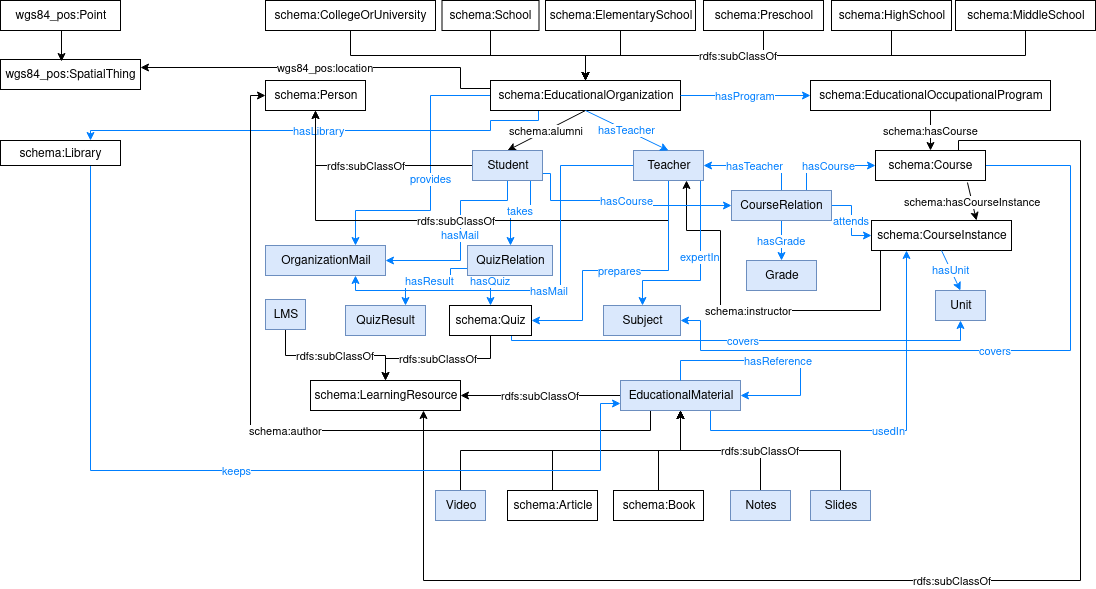
The draw.io diagram ontology/diagram/class_diagram.png in javiegal/education-ontology, before a commit. Source tidied: cells renumbered, new cells last; positions are measured from the earlier drawing's top-left corner, leaving out a move shared by most shapes.
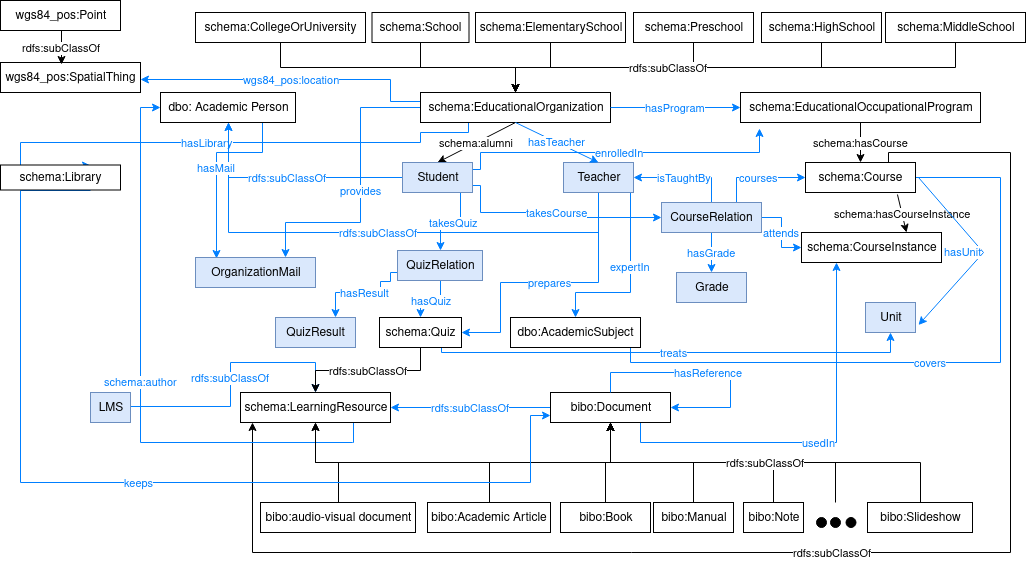
Above is the later version.

Change to the diagram source:
```diff
@@ -13,6 +13,7 @@
     </mxCell>
-    <mxCell id="3" value="wgs84_pos:location" style="edgeStyle=orthogonalEdgeStyle;rounded=0;jettySize=auto;html=1;exitX=0;exitY=0.25;exitDx=0;exitDy=0;entryX=1;entryY=0.25;entryDx=0;entryDy=0;strokeColor=#000000;fontColor=#000000;" parent="1" edge="1" source="5" target="75">
+    <mxCell id="3" value="wgs84_pos:location" style="edgeStyle=orthogonalEdgeStyle;rounded=0;jettySize=auto;html=1;exitX=0;exitY=0.25;exitDx=0;exitDy=0;strokeColor=#007FFF;fontColor=#007FFF;" parent="1" edge="1" source="5" target="75">
       <mxGeometry relative="1" as="geometry">
         <Array as="points">
-          <mxPoint x="460" y="88" />
+          <mxPoint x="490" y="89" />
+          <mxPoint x="460" y="89" />
           <mxPoint x="460" y="67" />
@@ -50,3 +51,3 @@
     </mxCell>
-    <mxCell id="9" value="rdfs:subClassOf" style="edgeStyle=orthogonalEdgeStyle;rounded=0;jettySize=auto;html=1;exitX=0.75;exitY=0;exitDx=0;exitDy=0;entryX=0.75;entryY=1;entryDx=0;entryDy=0;strokeColor=#000000;fontColor=#000000;" parent="1" edge="1" source="10" target="33">
+    <mxCell id="9" value="rdfs:subClassOf" style="edgeStyle=orthogonalEdgeStyle;rounded=0;jettySize=auto;html=1;exitX=0.75;exitY=0;exitDx=0;exitDy=0;strokeColor=#000000;fontColor=#000000;entryX=0.079;entryY=1.005;entryDx=0;entryDy=0;entryPerimeter=0;" parent="1" edge="1" source="10" target="33">
       <mxGeometry relative="1" as="geometry">
@@ -55,4 +56,4 @@
           <mxPoint x="1080" y="140" />
-          <mxPoint x="1080" y="580" />
-          <mxPoint x="423" y="580" />
+          <mxPoint x="1080" y="540" />
+          <mxPoint x="322" y="540" />
         </Array>
@@ -63,12 +64,2 @@
     </mxCell>
-    <mxCell id="11" value="schema:instructor" style="edgeStyle=orthogonalEdgeStyle;rounded=0;jettySize=auto;html=1;entryX=0.75;entryY=1;entryDx=0;entryDy=0;" parent="1" edge="1" source="12" target="27">
-      <mxGeometry relative="1" as="geometry">
-        <Array as="points">
-          <mxPoint x="880" y="310" />
-          <mxPoint x="720" y="310" />
-          <mxPoint x="720" y="230" />
-          <mxPoint x="686" y="230" />
-        </Array>
-      </mxGeometry>
-    </mxCell>
     <mxCell id="12" value="schema:CourseInstance" style="rounded=0;whiteSpace=wrap;html=1;direction=west;" parent="1" vertex="1">
@@ -85,4 +76,10 @@
     </mxCell>
-    <mxCell id="16" value="hasUnit" style="endArrow=classic;html=1;entryX=0.5;entryY=0;entryDx=0;entryDy=0;exitX=0.5;exitY=0;exitDx=0;exitDy=0;rounded=0;fontColor=#007FFF;strokeColor=#007FFF;" parent="1" edge="1" source="12" target="13">
-      <mxGeometry relative="1" as="geometry" />
+    <mxCell id="16" value="hasUnit" style="endArrow=classic;html=1;rounded=0;fontColor=#007FFF;strokeColor=#007FFF;exitX=1;exitY=0.5;exitDx=0;exitDy=0;entryX=1;entryY=0.75;entryDx=0;entryDy=0;" parent="1" edge="1">
+      <mxGeometry x="-0.12" y="-15" relative="1" as="geometry">
+        <mxPoint x="988" y="165" as="sourcePoint" />
+        <mxPoint x="988" y="312.5" as="targetPoint" />
+        <Array as="points">
+          <mxPoint x="1053" y="240" />
+        </Array>
+      </mxGeometry>
     </mxCell>
@@ -91,6 +88,6 @@
     </mxCell>
-    <mxCell id="18" value="rdfs:subClassOf" style="edgeStyle=orthogonalEdgeStyle;rounded=0;jettySize=auto;html=1;exitX=0;exitY=0.5;exitDx=0;exitDy=0;entryX=0.5;entryY=1;entryDx=0;entryDy=0;" parent="1" edge="1" source="22" target="47">
+    <mxCell id="18" value="rdfs:subClassOf" style="edgeStyle=orthogonalEdgeStyle;rounded=0;jettySize=auto;html=1;exitX=0;exitY=0.5;exitDx=0;exitDy=0;entryX=0.5;entryY=1;entryDx=0;entryDy=0;fontColor=#007FFF;strokeColor=#007FFF;" parent="1" edge="1" source="22" target="47">
       <mxGeometry relative="1" as="geometry" />
     </mxCell>
-    <mxCell id="19" value="hasCourse" style="edgeStyle=orthogonalEdgeStyle;rounded=0;jettySize=auto;html=1;entryX=0;entryY=0.5;entryDx=0;entryDy=0;fontColor=#007FFF;strokeColor=#007FFF;exitX=1;exitY=0.75;exitDx=0;exitDy=0;" parent="1" edge="1" source="22" target="68">
+    <mxCell id="19" value="&lt;div&gt;takesCourse&lt;/div&gt;" style="edgeStyle=orthogonalEdgeStyle;rounded=0;jettySize=auto;html=1;entryX=0;entryY=0.5;entryDx=0;entryDy=0;fontColor=#007FFF;strokeColor=#007FFF;exitX=1;exitY=0.75;exitDx=0;exitDy=0;" parent="1" edge="1" source="22" target="68">
       <mxGeometry relative="1" as="geometry">
@@ -104,12 +101,3 @@
     </mxCell>
-    <mxCell id="20" value="hasMail" style="edgeStyle=orthogonalEdgeStyle;rounded=0;jettySize=auto;html=1;exitX=0.5;exitY=1;exitDx=0;exitDy=0;entryX=1;entryY=0.5;entryDx=0;entryDy=0;strokeColor=#007FFF;fontColor=#007FFF;" parent="1" edge="1" source="22" target="70">
-      <mxGeometry relative="1" as="geometry">
-        <Array as="points">
-          <mxPoint x="507" y="200" />
-          <mxPoint x="460" y="200" />
-          <mxPoint x="460" y="260" />
-        </Array>
-      </mxGeometry>
-    </mxCell>
-    <mxCell id="21" value="takes" style="edgeStyle=orthogonalEdgeStyle;rounded=0;jettySize=auto;html=1;exitX=0.75;exitY=1;exitDx=0;exitDy=0;entryX=0.5;entryY=0;entryDx=0;entryDy=0;strokeColor=#007FFF;fontColor=#007FFF;" parent="1" edge="1" source="22" target="73">
+    <mxCell id="21" value="&lt;div&gt;takesQuiz&lt;/div&gt;" style="edgeStyle=orthogonalEdgeStyle;rounded=0;jettySize=auto;html=1;exitX=0.75;exitY=1;exitDx=0;exitDy=0;entryX=0.5;entryY=0;entryDx=0;entryDy=0;strokeColor=#007FFF;fontColor=#007FFF;" parent="1" edge="1" source="22" target="73">
       <mxGeometry relative="1" as="geometry">
@@ -122,2 +110,11 @@
     </mxCell>
+    <mxCell id="80" value="enrolledIn" style="edgeStyle=orthogonalEdgeStyle;rounded=0;jettySize=auto;html=1;exitX=1;exitY=0.25;exitDx=0;exitDy=0;entryX=0.079;entryY=1.195;entryDx=0;entryDy=0;entryPerimeter=0;fontSize=11;fontColor=#007FFF;strokeColor=#007FFF;" parent="1" edge="1" source="22" target="6">
+      <mxGeometry relative="1" as="geometry">
+        <Array as="points">
+          <mxPoint x="550" y="157" />
+          <mxPoint x="550" y="140" />
+          <mxPoint x="829" y="140" />
+        </Array>
+      </mxGeometry>
+    </mxCell>
     <mxCell id="22" value="Student" style="rounded=0;whiteSpace=wrap;html=1;fillColor=#dae8fc;strokeColor=#6c8ebf;" parent="1" vertex="1">
@@ -125,3 +122,3 @@
     </mxCell>
-    <mxCell id="23" value="rdfs:subClassOf" style="edgeStyle=orthogonalEdgeStyle;rounded=0;jettySize=auto;html=1;exitX=0.5;exitY=1;exitDx=0;exitDy=0;entryX=0.5;entryY=1;entryDx=0;entryDy=0;" parent="1" edge="1" source="27" target="47">
+    <mxCell id="23" value="rdfs:subClassOf" style="edgeStyle=orthogonalEdgeStyle;rounded=0;jettySize=auto;html=1;exitX=0.5;exitY=1;exitDx=0;exitDy=0;entryX=0.5;entryY=1;entryDx=0;entryDy=0;fontColor=#007FFF;strokeColor=#007FFF;" parent="1" edge="1" source="27" target="47">
       <mxGeometry relative="1" as="geometry">
@@ -129,3 +126,3 @@
           <mxPoint x="668" y="220" />
-          <mxPoint x="315" y="220" />
+          <mxPoint x="298" y="220" />
         </Array>
@@ -138,3 +135,3 @@
           <mxPoint x="700" y="280" />
-          <mxPoint x="642" y="280" />
+          <mxPoint x="645" y="280" />
         </Array>
@@ -146,4 +143,4 @@
           <mxPoint x="668" y="270" />
-          <mxPoint x="582" y="270" />
-          <mxPoint x="582" y="320" />
+          <mxPoint x="570" y="270" />
+          <mxPoint x="570" y="320" />
         </Array>
@@ -151,11 +148,2 @@
     </mxCell>
-    <mxCell id="26" value="hasMail" style="edgeStyle=orthogonalEdgeStyle;rounded=0;jettySize=auto;html=1;exitX=0;exitY=0.5;exitDx=0;exitDy=0;entryX=0.75;entryY=1;entryDx=0;entryDy=0;strokeColor=#007FFF;fontColor=#007FFF;" parent="1" edge="1" source="27" target="70">
-      <mxGeometry relative="1" as="geometry">
-        <Array as="points">
-          <mxPoint x="560" y="165" />
-          <mxPoint x="560" y="290" />
-          <mxPoint x="355" y="290" />
-        </Array>
-      </mxGeometry>
-    </mxCell>
     <mxCell id="27" value="Teacher" style="rounded=0;whiteSpace=wrap;html=1;fillColor=#dae8fc;strokeColor=#6c8ebf;" parent="1" vertex="1">
@@ -166,3 +154,3 @@
     </mxCell>
-    <mxCell id="29" value="rdfs:subClassOf" style="edgeStyle=orthogonalEdgeStyle;rounded=0;jettySize=auto;html=1;exitX=0;exitY=0.5;exitDx=0;exitDy=0;entryX=1;entryY=0.5;entryDx=0;entryDy=0;" parent="1" edge="1" source="32" target="33">
+    <mxCell id="29" value="rdfs:subClassOf" style="edgeStyle=orthogonalEdgeStyle;rounded=0;jettySize=auto;html=1;exitX=0;exitY=0.5;exitDx=0;exitDy=0;entryX=1;entryY=0.5;entryDx=0;entryDy=0;fontColor=#007FFF;strokeColor=#007FFF;" parent="1" edge="1" source="32" target="33">
       <mxGeometry relative="1" as="geometry" />
@@ -172,8 +160,8 @@
     </mxCell>
-    <mxCell id="31" value="&lt;div&gt;schema:author&lt;/div&gt;" style="edgeStyle=orthogonalEdgeStyle;rounded=0;jettySize=auto;html=1;exitX=0.25;exitY=1;exitDx=0;exitDy=0;strokeColor=#000000;fontColor=#000000;entryX=0;entryY=0.5;entryDx=0;entryDy=0;" parent="1" edge="1" source="32" target="47">
+    <mxCell id="31" value="&lt;div&gt;schema:author&lt;/div&gt;" style="edgeStyle=orthogonalEdgeStyle;rounded=0;jettySize=auto;html=1;exitX=0.75;exitY=1;exitDx=0;exitDy=0;strokeColor=#007FFF;fontColor=#007FFF;entryX=0;entryY=0.5;entryDx=0;entryDy=0;" parent="1" edge="1" source="33" target="47">
       <mxGeometry relative="1" as="geometry">
         <Array as="points">
-          <mxPoint x="650" y="430" />
-          <mxPoint x="250" y="430" />
-          <mxPoint x="250" y="95" />
+          <mxPoint x="422" y="430" />
+          <mxPoint x="210" y="430" />
+          <mxPoint x="210" y="94" />
         </Array>
@@ -181,3 +169,3 @@
     </mxCell>
-    <mxCell id="32" value="EducationalMaterial" style="rounded=0;whiteSpace=wrap;html=1;fillColor=#dae8fc;strokeColor=#6c8ebf;" parent="1" vertex="1">
+    <mxCell id="32" value="bibo:Document" style="rounded=0;whiteSpace=wrap;html=1;fillColor=#ffffff;strokeColor=#000000;" parent="1" vertex="1">
       <mxGeometry x="620" y="380" width="120" height="30" as="geometry" />
@@ -187,13 +175,25 @@
     </mxCell>
-    <mxCell id="34" value="rdfs:subClassOf" style="edgeStyle=orthogonalEdgeStyle;rounded=0;jettySize=auto;html=1;exitX=0.5;exitY=1;exitDx=0;exitDy=0;entryX=0.5;entryY=0;entryDx=0;entryDy=0;" parent="1" edge="1" source="35" target="33">
-      <mxGeometry relative="1" as="geometry" />
+    <mxCell id="34" value="rdfs:subClassOf" style="edgeStyle=orthogonalEdgeStyle;rounded=0;jettySize=auto;html=1;exitX=1;exitY=0.5;exitDx=0;exitDy=0;entryX=0.5;entryY=0;entryDx=0;entryDy=0;fontColor=#007FFF;strokeColor=#007FFF;" parent="1" edge="1" source="35" target="33">
+      <mxGeometry relative="1" as="geometry">
+        <Array as="points">
+          <mxPoint x="300" y="394" />
+          <mxPoint x="300" y="350" />
+          <mxPoint x="385" y="350" />
+        </Array>
+      </mxGeometry>
     </mxCell>
     <mxCell id="35" value="LMS" style="rounded=0;whiteSpace=wrap;html=1;fillColor=#dae8fc;strokeColor=#6c8ebf;" parent="1" vertex="1">
-      <mxGeometry x="265" y="299" width="40" height="30" as="geometry" />
+      <mxGeometry x="160" y="380" width="40" height="30" as="geometry" />
     </mxCell>
-    <mxCell id="36" style="edgeStyle=orthogonalEdgeStyle;rounded=0;jettySize=auto;html=1;exitX=0.5;exitY=0;exitDx=0;exitDy=0;entryX=0.5;entryY=1;entryDx=0;entryDy=0;" parent="1" edge="1" source="37" target="32">
+    <mxCell id="36" style="edgeStyle=orthogonalEdgeStyle;rounded=0;jettySize=auto;html=1;exitX=0.5;exitY=0;exitDx=0;exitDy=0;entryX=0.5;entryY=1;entryDx=0;entryDy=0;fontColor=#000000;strokeColor=#000000;" parent="1" edge="1" source="37" target="32">
       <mxGeometry relative="1" as="geometry" />
     </mxCell>
+    <mxCell id="81" style="edgeStyle=orthogonalEdgeStyle;rounded=0;jettySize=auto;html=1;fontSize=12;" parent="1" edge="1" source="37" target="33">
+      <mxGeometry relative="1" as="geometry" />
+    </mxCell>
+    <mxCell id="82" style="edgeStyle=orthogonalEdgeStyle;rounded=0;jettySize=auto;html=1;fontSize=12;" parent="1" edge="1" source="37" target="33">
+      <mxGeometry relative="1" as="geometry" />
+    </mxCell>
-    <mxCell id="37" value="Video" style="rounded=0;whiteSpace=wrap;html=1;fillColor=#dae8fc;strokeColor=#6c8ebf;" parent="1" vertex="1">
-      <mxGeometry x="435" y="490" width="50" height="30" as="geometry" />
+    <mxCell id="37" value="bibo:audio-visual document" style="rounded=0;whiteSpace=wrap;html=1;fillColor=#ffffff;strokeColor=#000000;" parent="1" vertex="1">
+      <mxGeometry x="330" y="490" width="155" height="30" as="geometry" />
     </mxCell>
@@ -204,4 +204,4 @@
     </mxCell>
-    <mxCell id="39" value="&lt;div&gt;schema:Article&lt;/div&gt;" style="rounded=0;whiteSpace=wrap;html=1;" parent="1" vertex="1">
-      <mxGeometry x="507" y="490" width="90" height="30" as="geometry" />
+    <mxCell id="39" value="bibo:Academic Article" style="rounded=0;whiteSpace=wrap;html=1;" parent="1" vertex="1">
+      <mxGeometry x="497" y="490" width="123" height="30" as="geometry" />
     </mxCell>
@@ -212,4 +212,4 @@
     </mxCell>
-    <mxCell id="41" value="schema:Book" style="rounded=0;whiteSpace=wrap;html=1;" parent="1" vertex="1">
-      <mxGeometry x="613" y="490" width="90" height="30" as="geometry" />
+    <mxCell id="41" value="bibo:Book" style="rounded=0;whiteSpace=wrap;html=1;" parent="1" vertex="1">
+      <mxGeometry x="630" y="490" width="90" height="30" as="geometry" />
     </mxCell>
@@ -220,10 +220,7 @@
     </mxCell>
-    <mxCell id="43" value="Notes" style="rounded=0;whiteSpace=wrap;html=1;fillColor=#dae8fc;strokeColor=#6c8ebf;" parent="1" vertex="1">
-      <mxGeometry x="730" y="490" width="60" height="30" as="geometry" />
+    <mxCell id="43" value="bibo:Note" style="rounded=0;whiteSpace=wrap;html=1;fillColor=#ffffff;strokeColor=#000000;" parent="1" vertex="1">
+      <mxGeometry x="813" y="490" width="60" height="30" as="geometry" />
     </mxCell>
-    <mxCell id="44" value="rdfs:subClassOf" style="edgeStyle=orthogonalEdgeStyle;rounded=0;jettySize=auto;html=1;exitX=0.5;exitY=0;exitDx=0;exitDy=0;entryX=0.5;entryY=1;entryDx=0;entryDy=0;" parent="1" edge="1" source="45" target="32">
-      <mxGeometry relative="1" as="geometry" />
-    </mxCell>
-    <mxCell id="45" value="Slides" style="rounded=0;whiteSpace=wrap;html=1;fillColor=#dae8fc;strokeColor=#6c8ebf;" parent="1" vertex="1">
-      <mxGeometry x="810" y="490" width="60" height="30" as="geometry" />
+    <mxCell id="45" value="bibo:Slideshow" style="rounded=0;whiteSpace=wrap;html=1;fillColor=#ffffff;strokeColor=#000000;" parent="1" vertex="1">
+      <mxGeometry x="937" y="490" width="105" height="30" as="geometry" />
     </mxCell>
@@ -238,4 +235,12 @@
     </mxCell>
+    <mxCell id="83" value="hasMail" style="edgeStyle=orthogonalEdgeStyle;rounded=0;jettySize=auto;html=1;exitX=0.75;exitY=1;exitDx=0;exitDy=0;entryX=0.176;entryY=0.029;entryDx=0;entryDy=0;entryPerimeter=0;fontSize=11;fontColor=#007FFF;strokeColor=#007FFF;" parent="1" edge="1" source="47" target="70">
+      <mxGeometry relative="1" as="geometry">
+        <Array as="points">
+          <mxPoint x="332" y="140" />
+          <mxPoint x="286" y="140" />
+        </Array>
+      </mxGeometry>
+    </mxCell>
-    <mxCell id="47" value="schema:Person" style="rounded=0;whiteSpace=wrap;html=1;" parent="1" vertex="1">
-      <mxGeometry x="265" y="80" width="100" height="30" as="geometry" />
+    <mxCell id="47" value="&lt;div&gt;dbo: Academic Person&lt;/div&gt;" style="rounded=0;whiteSpace=wrap;html=1;" parent="1" vertex="1">
+      <mxGeometry x="230" y="80" width="135" height="30" as="geometry" />
     </mxCell>
@@ -277,4 +282,4 @@
     </mxCell>
-    <mxCell id="60" value="Subject" style="rounded=0;whiteSpace=wrap;html=1;fillColor=#dae8fc;strokeColor=#6c8ebf;" parent="1" vertex="1">
-      <mxGeometry x="603" y="305" width="77" height="30" as="geometry" />
+    <mxCell id="60" value="dbo:AcademicSubject" style="rounded=0;whiteSpace=wrap;html=1;fillColor=#ffffff;strokeColor=#000000;" parent="1" vertex="1">
+      <mxGeometry x="580" y="305" width="130" height="30" as="geometry" />
     </mxCell>
@@ -283,3 +288,3 @@
     </mxCell>
-    <mxCell id="62" value="covers" style="edgeStyle=orthogonalEdgeStyle;rounded=0;jettySize=auto;html=1;exitX=0.75;exitY=1;exitDx=0;exitDy=0;entryX=0.5;entryY=1;entryDx=0;entryDy=0;strokeColor=#007FFF;fontColor=#007FFF;" parent="1" edge="1" source="63" target="13">
+    <mxCell id="62" value="treats" style="edgeStyle=orthogonalEdgeStyle;rounded=0;jettySize=auto;html=1;exitX=0.75;exitY=1;exitDx=0;exitDy=0;entryX=0.5;entryY=1;entryDx=0;entryDy=0;strokeColor=#007FFF;fontColor=#007FFF;" parent="1" edge="1" source="63" target="13">
       <mxGeometry relative="1" as="geometry">
@@ -297,3 +302,3 @@
     </mxCell>
-    <mxCell id="65" value="hasCourse" style="edgeStyle=orthogonalEdgeStyle;rounded=0;jettySize=auto;html=1;entryX=0;entryY=0.5;entryDx=0;entryDy=0;exitX=0.75;exitY=0;exitDx=0;exitDy=0;fontColor=#007FFF;strokeColor=#007FFF;" parent="1" edge="1" source="68" target="10">
+    <mxCell id="65" value="courses" style="edgeStyle=orthogonalEdgeStyle;rounded=0;jettySize=auto;html=1;entryX=0;entryY=0.5;entryDx=0;entryDy=0;exitX=0.75;exitY=0;exitDx=0;exitDy=0;fontColor=#007FFF;strokeColor=#007FFF;" parent="1" edge="1" source="68" target="10">
       <mxGeometry relative="1" as="geometry" />
@@ -303,3 +308,3 @@
     </mxCell>
-    <mxCell id="67" value="hasTeacher" style="edgeStyle=orthogonalEdgeStyle;rounded=0;jettySize=auto;html=1;exitX=0.5;exitY=0;exitDx=0;exitDy=0;entryX=1;entryY=0.5;entryDx=0;entryDy=0;fontColor=#007FFF;strokeColor=#007FFF;" parent="1" edge="1" source="68" target="27">
+    <mxCell id="67" value="isTaughtBy" style="edgeStyle=orthogonalEdgeStyle;rounded=0;jettySize=auto;html=1;exitX=0.5;exitY=0;exitDx=0;exitDy=0;entryX=1;entryY=0.5;entryDx=0;entryDy=0;fontColor=#007FFF;strokeColor=#007FFF;" parent="1" edge="1" source="68" target="27">
       <mxGeometry relative="1" as="geometry" />
@@ -321,3 +326,5 @@
         <Array as="points">
-          <mxPoint x="450" y="268" />
+          <mxPoint x="460" y="260" />
+          <mxPoint x="460" y="269" />
+          <mxPoint x="450" y="269" />
           <mxPoint x="450" y="280" />
@@ -328,3 +335,3 @@
     <mxCell id="73" value="QuizRelation" style="rounded=0;whiteSpace=wrap;html=1;fontColor=#000000;strokeColor=#6c8ebf;fillColor=#dae8fc;" parent="1" vertex="1">
-      <mxGeometry x="467" y="245" width="85" height="30" as="geometry" />
+      <mxGeometry x="467" y="238" width="85" height="30" as="geometry" />
     </mxCell>
@@ -334,5 +341,5 @@
     <mxCell id="75" value="wgs84_pos:SpatialThing" style="rounded=0;whiteSpace=wrap;html=1;fontColor=#000000;" parent="1" vertex="1">
-      <mxGeometry y="59" width="140" height="30" as="geometry" />
+      <mxGeometry x="70" y="50" width="140" height="30" as="geometry" />
     </mxCell>
-    <mxCell id="76" style="edgeStyle=orthogonalEdgeStyle;rounded=0;jettySize=auto;html=1;exitX=0.5;exitY=1;exitDx=0;exitDy=0;entryX=0.436;entryY=0.067;entryDx=0;entryDy=0;entryPerimeter=0;strokeColor=#000000;fontColor=#000000;" parent="1" edge="1" source="77" target="75">
+    <mxCell id="76" value="rdfs:subClassOf" style="edgeStyle=orthogonalEdgeStyle;rounded=0;jettySize=auto;html=1;exitX=0.5;exitY=1;exitDx=0;exitDy=0;entryX=0.436;entryY=0.067;entryDx=0;entryDy=0;entryPerimeter=0;strokeColor=#000000;fontColor=#000000;" parent="1" edge="1" source="77" target="75">
       <mxGeometry relative="1" as="geometry" />
@@ -340,3 +347,3 @@
     <mxCell id="77" value="wgs84_pos:Point" style="rounded=0;whiteSpace=wrap;html=1;fontColor=#000000;" parent="1" vertex="1">
-      <mxGeometry width="120" height="30" as="geometry" />
+      <mxGeometry x="70" y="-12" width="120" height="30" as="geometry" />
     </mxCell>
@@ -352,4 +359,31 @@
     <mxCell id="79" value="schema:Library" style="rounded=0;whiteSpace=wrap;html=1;fontColor=#000000;" parent="1" vertex="1">
-      <mxGeometry y="140" width="120" height="25" as="geometry" />
+      <mxGeometry x="70" y="152.5" width="120" height="25" as="geometry" />
     </mxCell>
+    <mxCell id="84" style="edgeStyle=orthogonalEdgeStyle;rounded=0;jettySize=auto;html=1;exitX=0.5;exitY=0;exitDx=0;exitDy=0;entryX=0.5;entryY=1;entryDx=0;entryDy=0;fontSize=12;" parent="1" edge="1" source="85" target="32">
+      <mxGeometry relative="1" as="geometry" />
+    </mxCell>
+    <mxCell id="85" value="bibo:Manual" style="rounded=0;whiteSpace=wrap;html=1;fontSize=12;" parent="1" vertex="1">
+      <mxGeometry x="723" y="490" width="80" height="30" as="geometry" />
+    </mxCell>
+    <mxCell id="86" style="ellipse;whiteSpace=wrap;html=1;fontSize=12;fillColor=#000000;" parent="1" vertex="1">
+      <mxGeometry x="886" y="505" width="10" height="10" as="geometry" />
+    </mxCell>
+    <mxCell id="87" style="ellipse;whiteSpace=wrap;html=1;fontSize=12;fillColor=#000000;" parent="1" vertex="1">
+      <mxGeometry x="915.5" y="505" width="10" height="10" as="geometry" />
+    </mxCell>
+    <mxCell id="88" style="edgeStyle=orthogonalEdgeStyle;rounded=0;jettySize=auto;html=1;entryX=0.5;entryY=1;entryDx=0;entryDy=0;fontSize=12;" parent="1" edge="1" target="32">
+      <mxGeometry relative="1" as="geometry">
+        <mxPoint x="905" y="490" as="sourcePoint" />
+        <Array as="points">
+          <mxPoint x="905" y="450" />
+          <mxPoint x="680" y="450" />
+        </Array>
+      </mxGeometry>
+    </mxCell>
+    <mxCell id="89" style="ellipse;whiteSpace=wrap;html=1;fontSize=12;fillColor=#000000;" parent="1" vertex="1">
+      <mxGeometry x="900" y="505" width="10" height="10" as="geometry" />
+    </mxCell>
+    <mxCell id="44" value="rdfs:subClassOf" style="edgeStyle=orthogonalEdgeStyle;rounded=0;jettySize=auto;html=1;exitX=0.5;exitY=0;exitDx=0;exitDy=0;entryX=0.5;entryY=1;entryDx=0;entryDy=0;" parent="1" edge="1" source="45" target="32">
+      <mxGeometry relative="1" as="geometry" />
+    </mxCell>
   </root>
```
